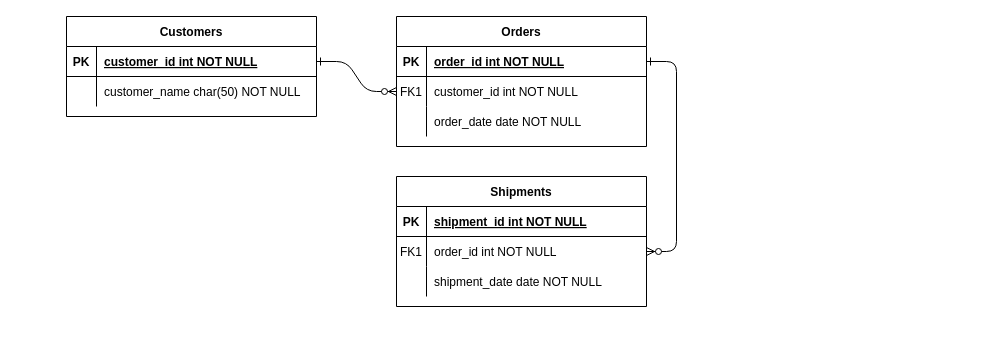
vungdv/alloy keeps this draw.io diagram as ERD.drawio. Above is the earlier version. Source tidied: cells renumbered, new cells numbered last; positions are measured from the earlier drawing's top-left corner, leaving out a move shared by most shapes. Both pictures are drawn from the tidied source at 100%, with x=0, y=0 at pixel (66, 16).
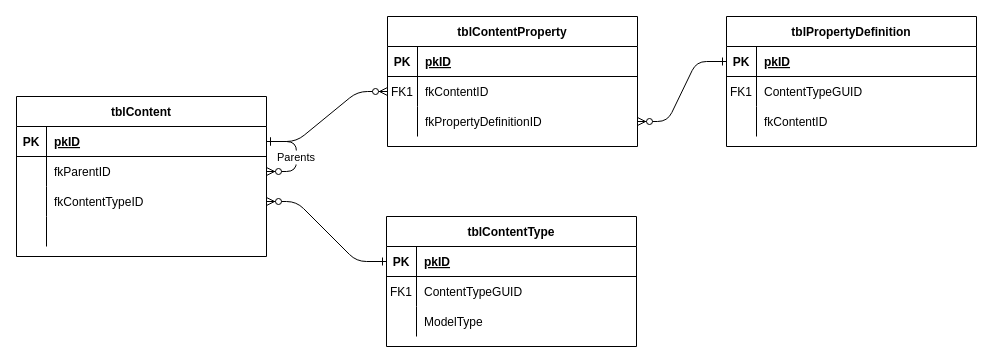
The same diagram, later.

Unchanged cells that the change refers to:
```xml
<mxCell id="5" style="shape=partialRectangle;fillColor=none;points=[[0,0.5],[1,0.5]];portConstraint=eastwest;top=0;left=0;right=0;bottom=1;" parent="4" vertex="1">
  <mxGeometry y="30" width="250" height="30" as="geometry" />
</mxCell>
<mxCell id="8" style="shape=partialRectangle;fillColor=none;points=[[0,0.5],[1,0.5]];portConstraint=eastwest;top=0;left=0;right=0;bottom=0;" parent="4" vertex="1">
  <mxGeometry y="60" width="250" height="30" as="geometry" />
</mxCell>
<mxCell id="11" style="shape=partialRectangle;fillColor=none;points=[[0,0.5],[1,0.5]];portConstraint=eastwest;top=0;left=0;right=0;bottom=0;" parent="4" vertex="1">
  <mxGeometry y="90" width="250" height="30" as="geometry" />
</mxCell>
<mxCell id="15" style="shape=partialRectangle;fillColor=none;points=[[0,0.5],[1,0.5]];portConstraint=eastwest;top=0;left=0;right=0;bottom=1;" parent="14" vertex="1">
  <mxGeometry y="30" width="250" height="30" as="geometry" />
</mxCell>
<mxCell id="18" style="shape=partialRectangle;fillColor=none;points=[[0,0.5],[1,0.5]];portConstraint=eastwest;top=0;left=0;right=0;bottom=0;" parent="14" vertex="1">
  <mxGeometry y="60" width="250" height="30" as="geometry" />
</mxCell>
<mxCell id="21" style="shape=partialRectangle;fillColor=none;top=0;left=0;right=0;bottom=0;" parent="14" vertex="1">
  <mxGeometry y="90" width="250" height="30" as="geometry" />
</mxCell>
<mxCell id="25" style="shape=partialRectangle;fillColor=none;points=[[0,0.5],[1,0.5]];portConstraint=eastwest;top=0;left=0;right=0;bottom=1;" parent="24" vertex="1">
  <mxGeometry y="30" width="250" height="30" as="geometry" />
</mxCell>
<mxCell id="28" style="shape=partialRectangle;fillColor=none;points=[[0,0.5],[1,0.5]];portConstraint=eastwest;top=0;left=0;right=0;bottom=0;" parent="24" vertex="1">
  <mxGeometry y="60" width="250" height="30" as="geometry" />
</mxCell>
```

What changed in the source:
```diff
@@
-    <mxCell id="3" style="edgeStyle=entityRelationEdgeStyle;endArrow=ERzeroToMany;startArrow=ERone;endFill=1;startFill=0;" parent="1" edge="1" source="5" target="18">
-      <mxGeometry relative="1" as="geometry" />
-    </mxCell>
-    <mxCell id="4" value="Orders" style="shape=table;startSize=30;childLayout=tableLayout;rowLines=0;fontStyle=1;align=center;" parent="1" vertex="1">
-      <mxGeometry x="330" width="250" height="130" as="geometry" />
+    <mxCell id="4" value="tblContentProperty" style="shape=table;startSize=30;childLayout=tableLayout;rowLines=0;fontStyle=1;align=center;" parent="1" vertex="1">
+      <mxGeometry x="321" width="250" height="130" as="geometry" />
     </mxCell>
@@
-    <mxCell id="7" value="order_id int NOT NULL " style="shape=partialRectangle;overflow=hidden;fillColor=none;top=0;left=0;bottom=0;right=0;align=left;spacingLeft=6;fontStyle=5;" parent="5" vertex="1">
+    <mxCell id="7" value="pkID" style="shape=partialRectangle;overflow=hidden;fillColor=none;top=0;left=0;bottom=0;right=0;align=left;spacingLeft=6;fontStyle=5;" parent="5" vertex="1">
       <mxGeometry x="30" width="220" height="30" as="geometry" />
     </mxCell>
@@
-    <mxCell id="10" value="customer_id int NOT NULL" style="shape=partialRectangle;overflow=hidden;fillColor=none;top=0;left=0;bottom=0;right=0;align=left;spacingLeft=6;" parent="8" vertex="1">
+    <mxCell id="10" value="fkContentID" style="shape=partialRectangle;overflow=hidden;fillColor=none;top=0;left=0;bottom=0;right=0;align=left;spacingLeft=6;" parent="8" vertex="1">
       <mxGeometry x="30" width="220" height="30" as="geometry" />
     </mxCell>
@@
-    <mxCell id="13" value="order_date date NOT NULL" style="shape=partialRectangle;overflow=hidden;fillColor=none;top=0;left=0;bottom=0;right=0;align=left;spacingLeft=6;" parent="11" vertex="1">
+    <mxCell id="13" value="fkPropertyDefinitionID" style="shape=partialRectangle;overflow=hidden;fillColor=none;top=0;left=0;bottom=0;right=0;align=left;spacingLeft=6;" parent="11" vertex="1">
       <mxGeometry x="30" width="220" height="30" as="geometry" />
     </mxCell>
-    <mxCell id="14" value="Shipments" style="shape=table;startSize=30;childLayout=tableLayout;rowLines=0;fontStyle=1;align=center;" parent="1" vertex="1">
-      <mxGeometry x="330" y="160" width="250" height="130" as="geometry" />
+    <mxCell id="14" value="tblContentType" style="shape=table;startSize=30;childLayout=tableLayout;rowLines=0;fontStyle=1;align=center;" parent="1" vertex="1">
+      <mxGeometry x="320" y="200" width="250" height="130" as="geometry" />
     </mxCell>
@@
-    <mxCell id="17" value="shipment_id int NOT NULL " style="shape=partialRectangle;overflow=hidden;fillColor=none;top=0;left=0;bottom=0;right=0;align=left;spacingLeft=6;fontStyle=5;" parent="15" vertex="1">
+    <mxCell id="17" value="pkID" style="shape=partialRectangle;overflow=hidden;fillColor=none;top=0;left=0;bottom=0;right=0;align=left;spacingLeft=6;fontStyle=5;" parent="15" vertex="1">
       <mxGeometry x="30" width="220" height="30" as="geometry" />
     </mxCell>
@@
-    <mxCell id="20" value="order_id int NOT NULL" style="shape=partialRectangle;overflow=hidden;fillColor=none;top=0;left=0;bottom=0;right=0;align=left;spacingLeft=6;" parent="18" vertex="1">
+    <mxCell id="20" value="ContentTypeGUID" style="shape=partialRectangle;overflow=hidden;fillColor=none;top=0;left=0;bottom=0;right=0;align=left;spacingLeft=6;" parent="18" vertex="1">
       <mxGeometry x="30" width="220" height="30" as="geometry" />
     </mxCell>
@@
-    <mxCell id="23" value="shipment_date date NOT NULL" style="shape=partialRectangle;overflow=hidden;fillColor=none;top=0;left=0;bottom=0;right=0;align=left;spacingLeft=6;" parent="21" vertex="1">
+    <mxCell id="23" value="ModelType" style="shape=partialRectangle;overflow=hidden;fillColor=none;top=0;left=0;bottom=0;right=0;align=left;spacingLeft=6;" parent="21" vertex="1">
       <mxGeometry x="30" width="220" height="30" as="geometry" />
     </mxCell>
-    <mxCell id="24" value="Customers" style="shape=table;startSize=30;childLayout=tableLayout;rowLines=0;fontStyle=1;align=center;" parent="1" vertex="1">
-      <mxGeometry width="250" height="100" as="geometry" />
+    <mxCell id="24" value="tblContent" style="shape=table;startSize=30;childLayout=tableLayout;rowLines=0;fontStyle=1;align=center;" parent="1" vertex="1">
+      <mxGeometry x="-50" y="80" width="250" height="160" as="geometry" />
     </mxCell>
@@
-    <mxCell id="27" value="customer_id int NOT NULL " style="shape=partialRectangle;overflow=hidden;fillColor=none;top=0;left=0;bottom=0;right=0;align=left;spacingLeft=6;fontStyle=5;" parent="25" vertex="1">
+    <mxCell id="27" value="pkID" style="shape=partialRectangle;overflow=hidden;fillColor=none;top=0;left=0;bottom=0;right=0;align=left;spacingLeft=6;fontStyle=5;" parent="25" vertex="1">
       <mxGeometry x="30" width="220" height="30" as="geometry" />
     </mxCell>
@@
-    <mxCell id="30" value="customer_name char(50) NOT NULL" style="shape=partialRectangle;overflow=hidden;fillColor=none;top=0;left=0;bottom=0;right=0;align=left;spacingLeft=6;" parent="28" vertex="1">
+    <mxCell id="30" value="fkParentID" style="shape=partialRectangle;overflow=hidden;fillColor=none;top=0;left=0;bottom=0;right=0;align=left;spacingLeft=6;" parent="28" vertex="1">
       <mxGeometry x="30" width="220" height="30" as="geometry" />
     </mxCell>
+    <mxCell id="31" style="shape=partialRectangle;fillColor=none;points=[[0,0.5],[1,0.5]];portConstraint=eastwest;top=0;left=0;right=0;bottom=0;" parent="24" vertex="1">
+      <mxGeometry y="90" width="250" height="30" as="geometry" />
+    </mxCell>
+    <mxCell id="32" style="shape=partialRectangle;overflow=hidden;fillColor=none;top=0;left=0;bottom=0;right=0;" parent="31" vertex="1">
+      <mxGeometry width="30" height="30" as="geometry" />
+    </mxCell>
+    <mxCell id="33" value="fkContentTypeID" style="shape=partialRectangle;overflow=hidden;fillColor=none;top=0;left=0;bottom=0;right=0;align=left;spacingLeft=6;" parent="31" vertex="1">
+      <mxGeometry x="30" width="220" height="30" as="geometry" />
+    </mxCell>
+    <mxCell id="34" style="shape=partialRectangle;fillColor=none;top=0;left=0;right=0;bottom=0;" parent="24" vertex="1">
+      <mxGeometry y="120" width="250" height="30" as="geometry" />
+    </mxCell>
+    <mxCell id="35" style="shape=partialRectangle;overflow=hidden;fillColor=none;top=0;left=0;bottom=0;right=0;" parent="34" vertex="1">
+      <mxGeometry width="30" height="30" as="geometry" />
+    </mxCell>
+    <mxCell id="36" style="shape=partialRectangle;overflow=hidden;fillColor=none;top=0;left=0;bottom=0;right=0;align=left;spacingLeft=6;" parent="34" vertex="1">
+      <mxGeometry x="30" width="220" height="30" as="geometry" />
+    </mxCell>
+    <mxCell id="37" value="Parents" style="edgeStyle=entityRelationEdgeStyle;endArrow=ERzeroToMany;startArrow=ERone;endFill=1;startFill=0;entryX=1;entryY=0.5;entryDx=0;entryDy=0;" parent="24" edge="1" source="25" target="28">
+      <mxGeometry relative="1" as="geometry" />
+    </mxCell>
+    <mxCell id="38" style="edgeStyle=entityRelationEdgeStyle;endArrow=ERzeroToMany;startArrow=ERone;endFill=1;startFill=0;" parent="1" edge="1" source="15" target="31">
+      <mxGeometry relative="1" as="geometry" />
+    </mxCell>
+    <mxCell id="39" value="tblPropertyDefinition" style="shape=table;startSize=30;childLayout=tableLayout;rowLines=0;fontStyle=1;align=center;" parent="1" vertex="1">
+      <mxGeometry x="660" width="250" height="130" as="geometry" />
+    </mxCell>
+    <mxCell id="40" style="shape=partialRectangle;fillColor=none;points=[[0,0.5],[1,0.5]];portConstraint=eastwest;top=0;left=0;right=0;bottom=1;" parent="39" vertex="1">
+      <mxGeometry y="30" width="250" height="30" as="geometry" />
+    </mxCell>
+    <mxCell id="41" value="PK" style="shape=partialRectangle;overflow=hidden;fillColor=none;top=0;left=0;bottom=0;right=0;fontStyle=1;" parent="40" vertex="1">
+      <mxGeometry width="30" height="30" as="geometry" />
+    </mxCell>
+    <mxCell id="42" value="pkID" style="shape=partialRectangle;overflow=hidden;fillColor=none;top=0;left=0;bottom=0;right=0;align=left;spacingLeft=6;fontStyle=5;" parent="40" vertex="1">
+      <mxGeometry x="30" width="220" height="30" as="geometry" />
+    </mxCell>
+    <mxCell id="43" style="shape=partialRectangle;fillColor=none;top=0;left=0;right=0;bottom=0;" parent="39" vertex="1">
+      <mxGeometry y="60" width="250" height="30" as="geometry" />
+    </mxCell>
+    <mxCell id="44" value="FK1" style="shape=partialRectangle;overflow=hidden;fillColor=none;top=0;left=0;bottom=0;right=0;" parent="43" vertex="1">
+      <mxGeometry width="30" height="30" as="geometry" />
+    </mxCell>
+    <mxCell id="45" value="ContentTypeGUID" style="shape=partialRectangle;overflow=hidden;fillColor=none;top=0;left=0;bottom=0;right=0;align=left;spacingLeft=6;" parent="43" vertex="1">
+      <mxGeometry x="30" width="220" height="30" as="geometry" />
+    </mxCell>
+    <mxCell id="46" style="shape=partialRectangle;fillColor=none;top=0;left=0;right=0;bottom=0;" parent="39" vertex="1">
+      <mxGeometry y="90" width="250" height="30" as="geometry" />
+    </mxCell>
+    <mxCell id="47" style="shape=partialRectangle;overflow=hidden;fillColor=none;top=0;left=0;bottom=0;right=0;" parent="46" vertex="1">
+      <mxGeometry width="30" height="30" as="geometry" />
+    </mxCell>
+    <mxCell id="48" value="fkContentID" style="shape=partialRectangle;overflow=hidden;fillColor=none;top=0;left=0;bottom=0;right=0;align=left;spacingLeft=6;" parent="46" vertex="1">
+      <mxGeometry x="30" width="220" height="30" as="geometry" />
+    </mxCell>
+    <mxCell id="49" style="edgeStyle=entityRelationEdgeStyle;endArrow=ERzeroToMany;startArrow=ERone;endFill=1;startFill=0;" parent="1" edge="1" source="40" target="11">
+      <mxGeometry relative="1" as="geometry" />
+    </mxCell>
```
